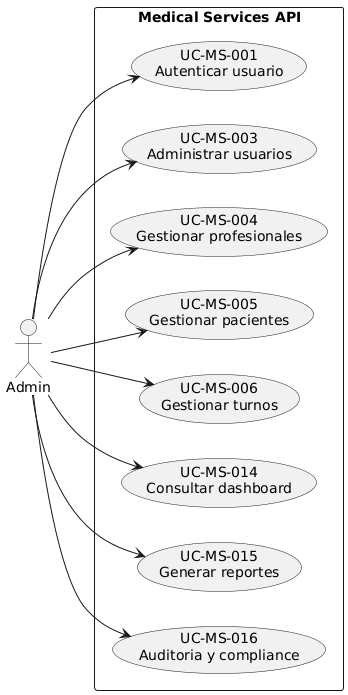
Earlier version of the PlantUML export docs/assets/use_case_admin.png (Yop007N/medicalcenter).
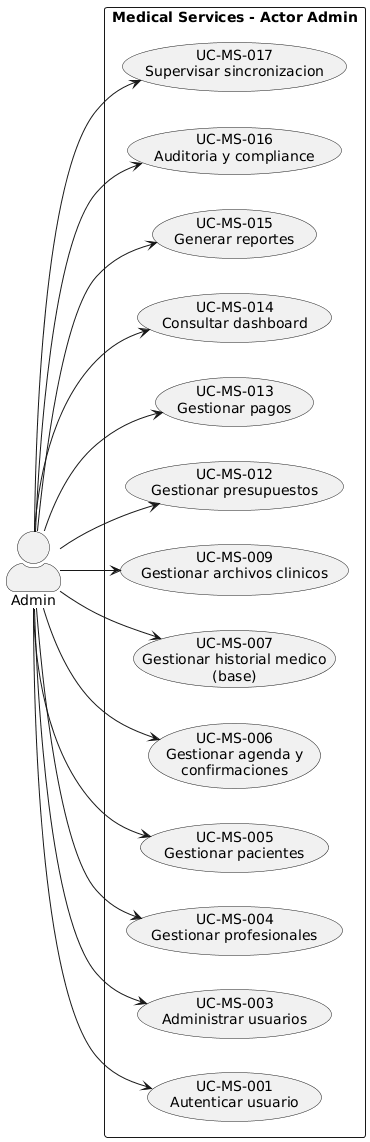
Later version of the same file.

What changed in the source:
```diff
@@ -1,23 +1,38 @@
 @startuml
 left to right direction
 skinparam packageStyle rectangle
+skinparam shadowing false
+skinparam actorStyle awesome
+
 actor Admin as A
-rectangle "Medical Services API" {
+
+rectangle "Medical Services - Actor Admin" {
   usecase "UC-MS-001\nAutenticar usuario" as UC1
   usecase "UC-MS-003\nAdministrar usuarios" as UC3
   usecase "UC-MS-004\nGestionar profesionales" as UC4
   usecase "UC-MS-005\nGestionar pacientes" as UC5
-  usecase "UC-MS-006\nGestionar turnos" as UC6
+  usecase "UC-MS-006\nGestionar agenda y\nconfirmaciones" as UC6
+  usecase "UC-MS-007\nGestionar historial medico\n(base)" as UC7
+  usecase "UC-MS-009\nGestionar archivos clinicos" as UC9
+  usecase "UC-MS-012\nGestionar presupuestos" as UC12
+  usecase "UC-MS-013\nGestionar pagos" as UC13
   usecase "UC-MS-014\nConsultar dashboard" as UC14
   usecase "UC-MS-015\nGenerar reportes" as UC15
   usecase "UC-MS-016\nAuditoria y compliance" as UC16
+  usecase "UC-MS-017\nSupervisar sincronizacion" as UC17
 }
+
 A --> UC1
 A --> UC3
 A --> UC4
 A --> UC5
 A --> UC6
+A --> UC7
+A --> UC9
+A --> UC12
+A --> UC13
 A --> UC14
 A --> UC15
 A --> UC16
+A --> UC17
 @enduml
```
